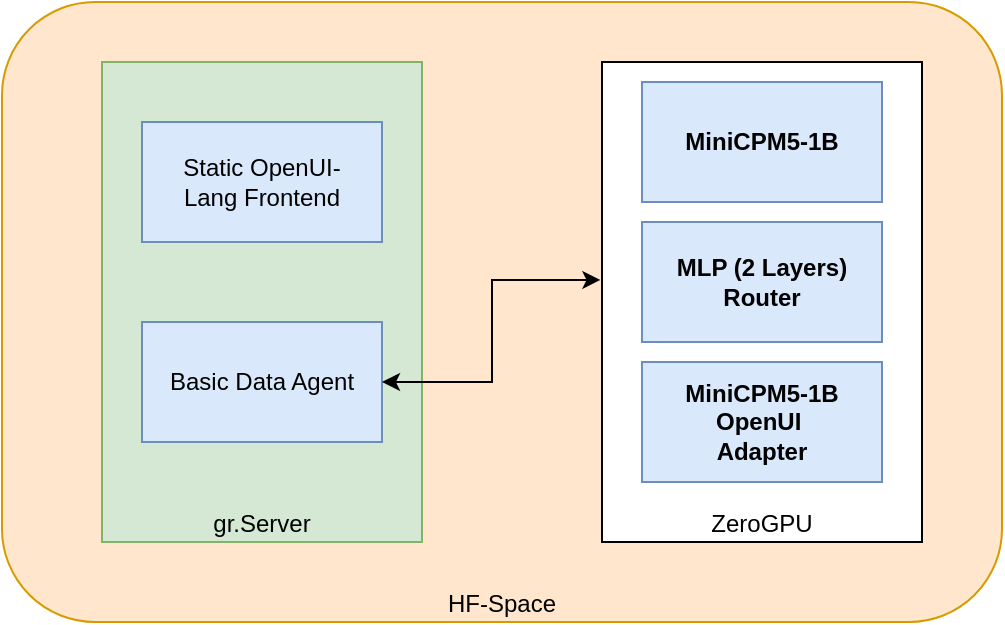
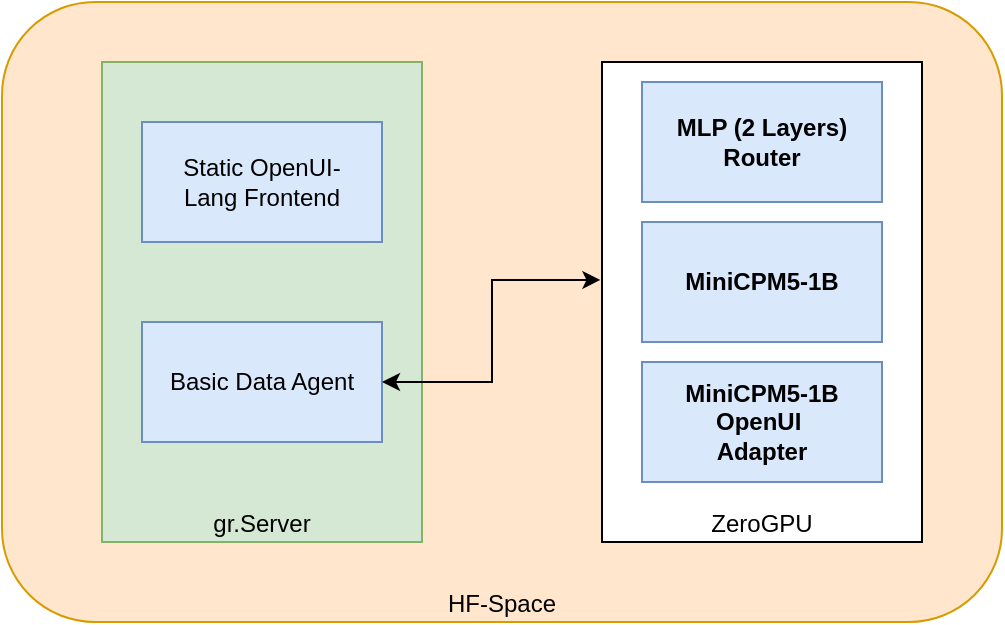
<mxfile host="Electron">
  <diagram name="Seite-1" id="Z_07zFW2PthRbsxnoF9q">
-     <mxGraphModel dx="975" dy="580" grid="1" gridSize="10" guides="1" tooltips="1" connect="1" arrows="1" fold="1" page="1" pageScale="1" pageWidth="827" pageHeight="1169" math="0" shadow="0">
+     <mxGraphModel dx="1201" dy="828" grid="1" gridSize="10" guides="1" tooltips="1" connect="1" arrows="1" fold="1" page="1" pageScale="1" pageWidth="827" pageHeight="1169" math="0" shadow="0">
      <root>
        <mxCell id="0" />
        <mxCell id="1" parent="0" />
        <mxCell id="dNtx9LtnxsNZWUKO8sMo-1" parent="1" style="rounded=1;whiteSpace=wrap;html=1;fillColor=#ffe6cc;strokeColor=#d79b00;verticalAlign=bottom;" value="HF-Space" vertex="1">
          <mxGeometry height="310" width="500" x="210" y="90" as="geometry" />
        </mxCell>
        <mxCell id="dNtx9LtnxsNZWUKO8sMo-2" parent="1" style="rounded=0;whiteSpace=wrap;html=1;verticalAlign=bottom;fillColor=#d5e8d4;strokeColor=#82b366;" value="gr.Server" vertex="1">
          <mxGeometry height="240" width="160" x="260" y="120" as="geometry" />
        </mxCell>
        <mxCell id="dNtx9LtnxsNZWUKO8sMo-3" parent="1" style="rounded=0;whiteSpace=wrap;html=1;verticalAlign=bottom;" value="ZeroGPU" vertex="1">
          <mxGeometry height="240" width="160" x="510" y="120" as="geometry" />
        </mxCell>
        <mxCell id="dNtx9LtnxsNZWUKO8sMo-4" parent="1" style="rounded=0;whiteSpace=wrap;html=1;fillColor=#dae8fc;strokeColor=#6c8ebf;" value="Static OpenUI-&lt;div&gt;Lang Frontend&lt;/div&gt;" vertex="1">
          <mxGeometry height="60" width="120" x="280" y="150" as="geometry" />
        </mxCell>
        <mxCell id="dNtx9LtnxsNZWUKO8sMo-5" parent="1" style="rounded=0;whiteSpace=wrap;html=1;fillColor=#dae8fc;strokeColor=#6c8ebf;" value="&lt;strong&gt;MiniCPM5-1B&lt;/strong&gt;" vertex="1">
-           <mxGeometry height="60" width="120" x="530" y="130" as="geometry" />
+           <mxGeometry height="60" width="120" x="530" y="200" as="geometry" />
        </mxCell>
        <mxCell id="dNtx9LtnxsNZWUKO8sMo-6" parent="1" style="rounded=0;whiteSpace=wrap;html=1;fillColor=#dae8fc;strokeColor=#6c8ebf;" value="&lt;b&gt;MLP (2 Layers)&lt;br&gt;Router&lt;/b&gt;" vertex="1">
-           <mxGeometry height="60" width="120" x="530" y="200" as="geometry" />
+           <mxGeometry height="60" width="120" x="530" y="130" as="geometry" />
        </mxCell>
        <mxCell id="dNtx9LtnxsNZWUKO8sMo-7" parent="1" style="rounded=0;whiteSpace=wrap;html=1;fillColor=#dae8fc;strokeColor=#6c8ebf;" value="&lt;strong&gt;MiniCPM5-1B&lt;/strong&gt;&lt;div&gt;&lt;strong&gt;OpenUI&amp;nbsp;&lt;/strong&gt;&lt;/div&gt;&lt;div&gt;&lt;strong&gt;Adapter&lt;/strong&gt;&lt;/div&gt;" vertex="1">
          <mxGeometry height="60" width="120" x="530" y="270" as="geometry" />
        </mxCell>
        <mxCell id="dNtx9LtnxsNZWUKO8sMo-8" parent="1" style="rounded=0;whiteSpace=wrap;html=1;fillColor=#dae8fc;strokeColor=#6c8ebf;" value="Basic Data Agent" vertex="1">
          <mxGeometry height="60" width="120" x="280" y="250" as="geometry" />
        </mxCell>
        <mxCell id="dNtx9LtnxsNZWUKO8sMo-9" edge="1" parent="1" source="dNtx9LtnxsNZWUKO8sMo-8" style="edgeStyle=orthogonalEdgeStyle;rounded=0;orthogonalLoop=1;jettySize=auto;html=1;entryX=-0.005;entryY=0.454;entryDx=0;entryDy=0;entryPerimeter=0;startArrow=classic;startFill=1;" target="dNtx9LtnxsNZWUKO8sMo-3">
          <mxGeometry relative="1" as="geometry" />
        </mxCell>
      </root>
    </mxGraphModel>
  </diagram>
</mxfile>
